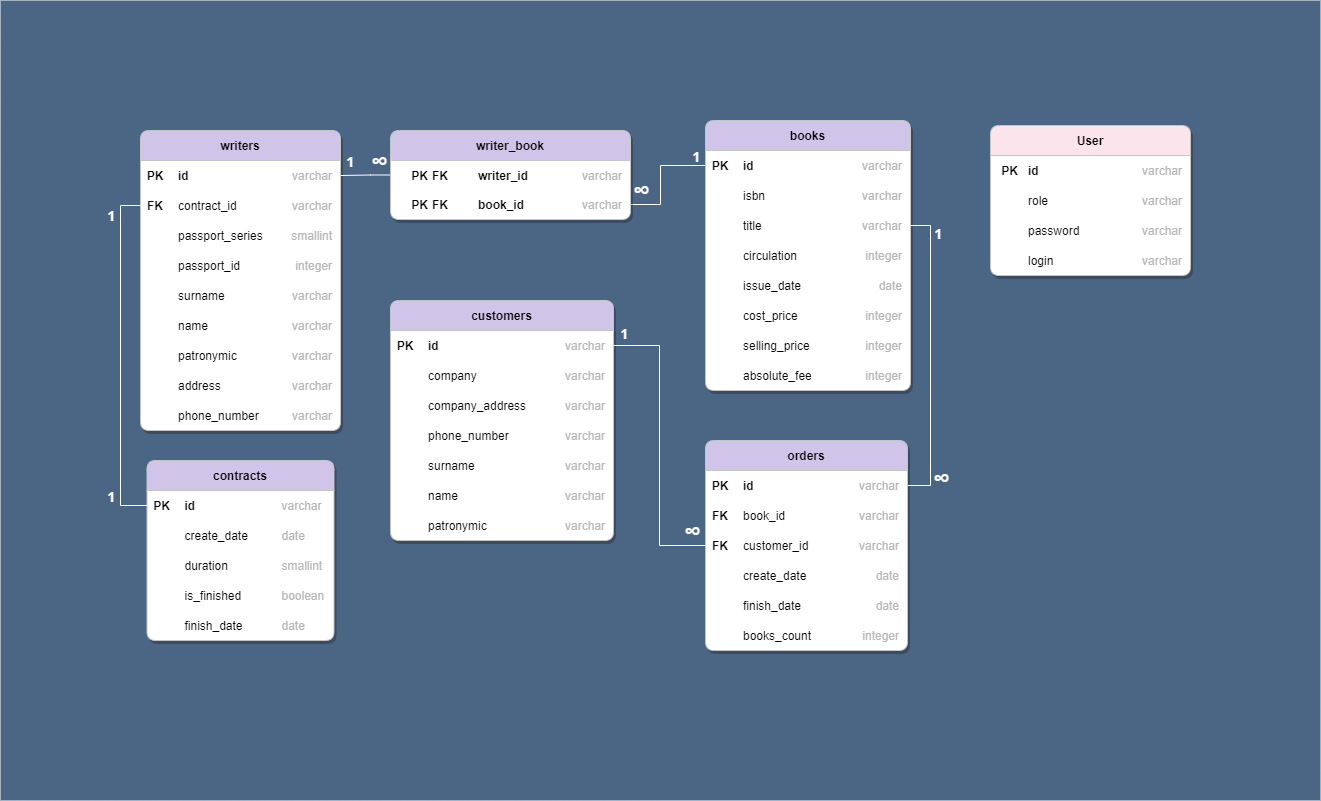
The draw.io diagram database-diagram.png in santygo1/publishing-company, before a commit. Source tidied: cells renumbered, new cells last; positions are measured from the earlier drawing's top-left corner, leaving out a move shared by most shapes.
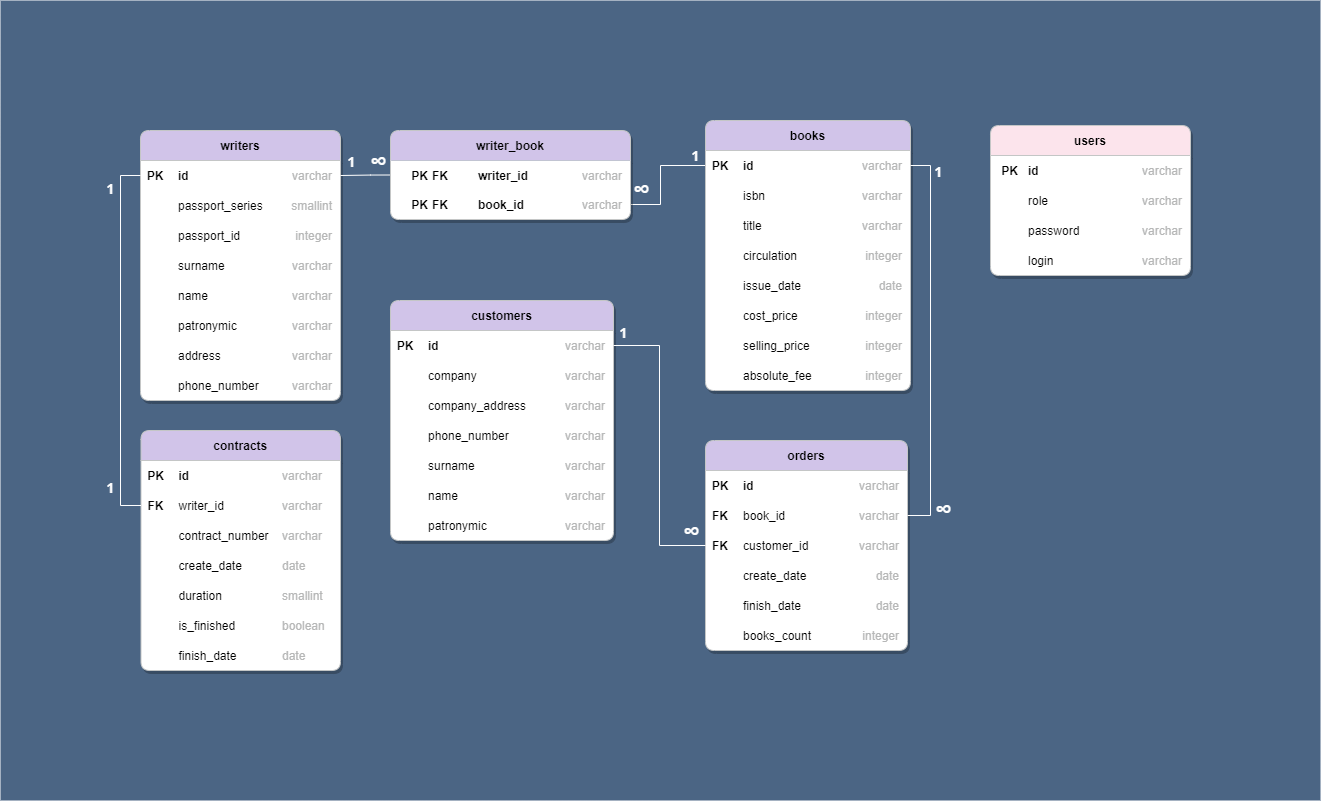
After the commit.

Commit message:
docs(database scheme): correct database scheme

Change to the diagram source:
```diff
@@ -6,7 +6,7 @@
       <mxGeometry width="1320" height="800" as="geometry" />
     </mxCell>
     <mxCell id="3" value="writers" style="shape=table;startSize=30;rowLines=0;fontStyle=1;align=center;fillColor=#D1C4E9;swimlaneFillColor=default;rounded=1;arcSize=10;strokeColor=#c4c6c6;strokeWidth=1;shadow=1;gradientColor=none;columnLines=0;" parent="1" vertex="1">
-      <mxGeometry x="140" y="130" width="200" height="300" as="geometry" />
+      <mxGeometry x="140" y="130" width="200" height="270" as="geometry" />
     </mxCell>
     <mxCell id="4" style="shape=tableRow;horizontal=0;startSize=0;swimlaneHead=0;swimlaneBody=0;fillColor=none;points=[[0,0.5],[1,0.5]];portConstraint=eastwest;top=0;left=0;right=0;bottom=0;" parent="3" vertex="1">
       <mxGeometry y="30" width="200" height="30" as="geometry" />
@@ -20,20 +20,8 @@
     <mxCell id="7" value="varchar" style="shape=partialRectangle;fillColor=none;top=0;left=0;bottom=0;right=0;align=right;spacingLeft=6;fontStyle=0;overflow=hidden;spacingRight=6;fontColor=#B6B7B7;" parent="4" vertex="1">
       <mxGeometry x="130" width="70" height="30" as="geometry" />
     </mxCell>
-    <mxCell id="8" style="shape=tableRow;horizontal=0;startSize=0;swimlaneHead=0;swimlaneBody=0;fillColor=none;points=[[0,0.5],[1,0.5]];portConstraint=eastwest;top=0;left=0;right=0;bottom=0;" parent="3" vertex="1">
-      <mxGeometry y="60" width="200" height="30" as="geometry" />
-    </mxCell>
-    <mxCell id="9" value="FK" style="shape=partialRectangle;fillColor=none;top=0;left=0;bottom=0;right=0;fontStyle=1;overflow=hidden;" parent="8" vertex="1">
-      <mxGeometry width="30" height="30" as="geometry" />
-    </mxCell>
-    <mxCell id="10" value="contract_id" style="shape=partialRectangle;fillColor=none;top=0;left=0;bottom=0;right=0;align=left;spacingLeft=6;fontStyle=0;overflow=hidden;" parent="8" vertex="1">
-      <mxGeometry x="30" width="100" height="30" as="geometry" />
-    </mxCell>
-    <mxCell id="11" value="varchar" style="shape=partialRectangle;fillColor=none;top=0;left=0;bottom=0;right=0;align=right;spacingLeft=6;fontStyle=0;overflow=hidden;spacingRight=6;fontColor=#B6B7B7;" parent="8" vertex="1">
-      <mxGeometry x="130" width="70" height="30" as="geometry" />
-    </mxCell>
     <mxCell id="12" style="shape=tableRow;horizontal=0;startSize=0;swimlaneHead=0;swimlaneBody=0;fillColor=none;top=0;left=0;right=0;bottom=0;" parent="3" vertex="1">
-      <mxGeometry y="90" width="200" height="30" as="geometry" />
+      <mxGeometry y="60" width="200" height="30" as="geometry" />
     </mxCell>
     <mxCell id="13" style="shape=partialRectangle;fillColor=none;top=0;left=0;bottom=0;right=0;overflow=hidden;" parent="12" vertex="1">
       <mxGeometry width="30" height="30" as="geometry" />
@@ -45,7 +33,7 @@
       <mxGeometry x="130" width="70" height="30" as="geometry" />
     </mxCell>
     <mxCell id="16" style="shape=tableRow;horizontal=0;startSize=0;swimlaneHead=0;swimlaneBody=0;fillColor=none;top=0;left=0;right=0;bottom=0;" parent="3" vertex="1">
-      <mxGeometry y="120" width="200" height="30" as="geometry" />
+      <mxGeometry y="90" width="200" height="30" as="geometry" />
     </mxCell>
     <mxCell id="17" style="shape=partialRectangle;fillColor=none;top=0;left=0;bottom=0;right=0;overflow=hidden;" parent="16" vertex="1">
       <mxGeometry width="30" height="30" as="geometry" />
@@ -57,7 +45,7 @@
       <mxGeometry x="130" width="70" height="30" as="geometry" />
     </mxCell>
     <mxCell id="20" style="shape=tableRow;horizontal=0;startSize=0;swimlaneHead=0;swimlaneBody=0;fillColor=none;top=0;left=0;right=0;bottom=0;" parent="3" vertex="1">
-      <mxGeometry y="150" width="200" height="30" as="geometry" />
+      <mxGeometry y="120" width="200" height="30" as="geometry" />
     </mxCell>
     <mxCell id="21" style="shape=partialRectangle;fillColor=none;top=0;left=0;bottom=0;right=0;overflow=hidden;" parent="20" vertex="1">
       <mxGeometry width="30" height="30" as="geometry" />
@@ -69,7 +57,7 @@
       <mxGeometry x="130" width="70" height="30" as="geometry" />
     </mxCell>
     <mxCell id="24" style="shape=tableRow;horizontal=0;startSize=0;swimlaneHead=0;swimlaneBody=0;fillColor=none;top=0;left=0;right=0;bottom=0;" parent="3" vertex="1">
-      <mxGeometry y="180" width="200" height="30" as="geometry" />
+      <mxGeometry y="150" width="200" height="30" as="geometry" />
     </mxCell>
     <mxCell id="25" style="shape=partialRectangle;fillColor=none;top=0;left=0;bottom=0;right=0;overflow=hidden;" parent="24" vertex="1">
       <mxGeometry width="30" height="30" as="geometry" />
@@ -81,7 +69,7 @@
       <mxGeometry x="130" width="70" height="30" as="geometry" />
     </mxCell>
     <mxCell id="28" style="shape=tableRow;horizontal=0;startSize=0;swimlaneHead=0;swimlaneBody=0;fillColor=none;top=0;left=0;right=0;bottom=0;" parent="3" vertex="1">
-      <mxGeometry y="210" width="200" height="30" as="geometry" />
+      <mxGeometry y="180" width="200" height="30" as="geometry" />
     </mxCell>
     <mxCell id="29" style="shape=partialRectangle;fillColor=none;top=0;left=0;bottom=0;right=0;overflow=hidden;" parent="28" vertex="1">
       <mxGeometry width="30" height="30" as="geometry" />
@@ -93,7 +81,7 @@
       <mxGeometry x="130" width="70" height="30" as="geometry" />
     </mxCell>
     <mxCell id="32" style="shape=tableRow;horizontal=0;startSize=0;swimlaneHead=0;swimlaneBody=0;fillColor=none;top=0;left=0;right=0;bottom=0;" parent="3" vertex="1">
-      <mxGeometry y="240" width="200" height="30" as="geometry" />
+      <mxGeometry y="210" width="200" height="30" as="geometry" />
     </mxCell>
     <mxCell id="33" style="shape=partialRectangle;fillColor=none;top=0;left=0;bottom=0;right=0;overflow=hidden;" parent="32" vertex="1">
       <mxGeometry width="30" height="30" as="geometry" />
@@ -105,7 +93,7 @@
       <mxGeometry x="130" width="70" height="30" as="geometry" />
     </mxCell>
     <mxCell id="36" style="shape=tableRow;horizontal=0;startSize=0;swimlaneHead=0;swimlaneBody=0;fillColor=none;top=0;left=0;right=0;bottom=0;" parent="3" vertex="1">
-      <mxGeometry y="270" width="200" height="30" as="geometry" />
+      <mxGeometry y="240" width="200" height="30" as="geometry" />
     </mxCell>
     <mxCell id="37" style="shape=partialRectangle;fillColor=none;top=0;left=0;bottom=0;right=0;overflow=hidden;" parent="36" vertex="1">
       <mxGeometry width="30" height="30" as="geometry" />
@@ -117,67 +105,91 @@
       <mxGeometry x="130" width="70" height="30" as="geometry" />
     </mxCell>
     <mxCell id="40" value="contracts" style="shape=table;startSize=30;rowLines=0;fontStyle=1;align=center;swimlaneFillColor=default;rounded=1;fillColor=#D1C4E9;arcSize=10;strokeColor=#c4c6c6;strokeWidth=1;shadow=1;gradientColor=none;columnLines=0;" parent="1" vertex="1">
-      <mxGeometry x="146.5" y="460" width="187" height="180" as="geometry" />
+      <mxGeometry x="140.5" y="430" width="199.5" height="240" as="geometry" />
     </mxCell>
     <mxCell id="41" style="shape=tableRow;horizontal=0;startSize=0;swimlaneHead=0;swimlaneBody=0;fillColor=none;points=[[0,0.5],[1,0.5]];portConstraint=eastwest;top=0;left=0;right=0;bottom=0;" parent="40" vertex="1">
-      <mxGeometry y="30" width="187" height="30" as="geometry" />
+      <mxGeometry y="30" width="199.5" height="30" as="geometry" />
     </mxCell>
     <mxCell id="42" value="PK" style="shape=partialRectangle;fillColor=none;top=0;left=0;bottom=0;right=0;fontStyle=1;overflow=hidden;" parent="41" vertex="1">
       <mxGeometry width="30" height="30" as="geometry" />
     </mxCell>
     <mxCell id="43" value="id" style="shape=partialRectangle;fillColor=none;top=0;left=0;bottom=0;right=0;align=left;spacingLeft=6;fontStyle=1;overflow=hidden;" parent="41" vertex="1">
-      <mxGeometry x="30" width="97" height="30" as="geometry" />
+      <mxGeometry x="30" width="103.5" height="30" as="geometry" />
     </mxCell>
     <mxCell id="44" value="varchar" style="shape=partialRectangle;fillColor=none;top=0;left=0;bottom=0;right=0;align=left;spacingLeft=6;fontStyle=0;overflow=hidden;strokeColor=#B6B7B7;fontColor=#B6B7B7;" parent="41" vertex="1">
-      <mxGeometry x="127" width="60" height="30" as="geometry" />
+      <mxGeometry x="133.5" width="66" height="30" as="geometry" />
     </mxCell>
+    <mxCell id="192" style="shape=tableRow;horizontal=0;startSize=0;swimlaneHead=0;swimlaneBody=0;fillColor=none;points=[[0,0.5],[1,0.5]];portConstraint=eastwest;top=0;left=0;right=0;bottom=0;" parent="40" vertex="1">
+      <mxGeometry y="60" width="199.5" height="30" as="geometry" />
+    </mxCell>
+    <mxCell id="9" value="FK" style="shape=partialRectangle;fillColor=none;top=0;left=0;bottom=0;right=0;overflow=hidden;fontStyle=1;" parent="192" vertex="1">
+      <mxGeometry width="30" height="30" as="geometry" />
+    </mxCell>
+    <mxCell id="193" value="writer_id" style="shape=partialRectangle;fillColor=none;top=0;left=0;bottom=0;right=0;align=left;spacingLeft=6;overflow=hidden;" parent="192" vertex="1">
+      <mxGeometry x="30" width="103.5" height="30" as="geometry" />
+    </mxCell>
+    <mxCell id="194" value="varchar" style="shape=partialRectangle;fillColor=none;top=0;left=0;bottom=0;right=0;align=left;spacingLeft=6;overflow=hidden;strokeColor=#B6B7B7;fontColor=#B6B7B7;" parent="192" vertex="1">
+      <mxGeometry x="133.5" width="66" height="30" as="geometry" />
+    </mxCell>
+    <mxCell id="195" style="shape=tableRow;horizontal=0;startSize=0;swimlaneHead=0;swimlaneBody=0;fillColor=none;top=0;left=0;right=0;bottom=0;" parent="40" vertex="1">
+      <mxGeometry y="90" width="199.5" height="30" as="geometry" />
+    </mxCell>
+    <mxCell id="196" style="shape=partialRectangle;fillColor=none;top=0;left=0;bottom=0;right=0;overflow=hidden;fontStyle=1;" parent="195" vertex="1">
+      <mxGeometry width="30" height="30" as="geometry" />
+    </mxCell>
+    <mxCell id="197" value="contract_number" style="shape=partialRectangle;fillColor=none;top=0;left=0;bottom=0;right=0;align=left;spacingLeft=6;overflow=hidden;" parent="195" vertex="1">
+      <mxGeometry x="30" width="103.5" height="30" as="geometry" />
+    </mxCell>
+    <mxCell id="198" value="varchar" style="shape=partialRectangle;fillColor=none;top=0;left=0;bottom=0;right=0;align=left;spacingLeft=6;overflow=hidden;strokeColor=#B6B7B7;fontColor=#B6B7B7;" parent="195" vertex="1">
+      <mxGeometry x="133.5" width="66" height="30" as="geometry" />
+    </mxCell>
     <mxCell id="45" style="shape=tableRow;horizontal=0;startSize=0;swimlaneHead=0;swimlaneBody=0;fillColor=none;top=0;left=0;right=0;bottom=0;" parent="40" vertex="1">
-      <mxGeometry y="60" width="187" height="30" as="geometry" />
+      <mxGeometry y="120" width="199.5" height="30" as="geometry" />
     </mxCell>
     <mxCell id="46" style="shape=partialRectangle;fillColor=none;top=0;left=0;bottom=0;right=0;overflow=hidden;" parent="45" vertex="1">
       <mxGeometry width="30" height="30" as="geometry" />
     </mxCell>
     <mxCell id="47" value="create_date" style="shape=partialRectangle;fillColor=none;top=0;left=0;bottom=0;right=0;align=left;spacingLeft=6;overflow=hidden;" parent="45" vertex="1">
-      <mxGeometry x="30" width="97" height="30" as="geometry" />
+      <mxGeometry x="30" width="103.5" height="30" as="geometry" />
     </mxCell>
     <mxCell id="48" value="date" style="shape=partialRectangle;fillColor=none;top=0;left=0;bottom=0;right=0;align=left;spacingLeft=6;overflow=hidden;strokeColor=#B6B7B7;fontColor=#B6B7B7;" parent="45" vertex="1">
-      <mxGeometry x="127" width="60" height="30" as="geometry" />
+      <mxGeometry x="133.5" width="66" height="30" as="geometry" />
     </mxCell>
     <mxCell id="49" style="shape=tableRow;horizontal=0;startSize=0;swimlaneHead=0;swimlaneBody=0;fillColor=none;top=0;left=0;right=0;bottom=0;" parent="40" vertex="1">
-      <mxGeometry y="90" width="187" height="30" as="geometry" />
+      <mxGeometry y="150" width="199.5" height="30" as="geometry" />
     </mxCell>
     <mxCell id="50" style="shape=partialRectangle;fillColor=none;top=0;left=0;bottom=0;right=0;overflow=hidden;" parent="49" vertex="1">
       <mxGeometry width="30" height="30" as="geometry" />
     </mxCell>
     <mxCell id="51" value="duration" style="shape=partialRectangle;fillColor=none;top=0;left=0;bottom=0;right=0;align=left;spacingLeft=6;overflow=hidden;" parent="49" vertex="1">
-      <mxGeometry x="30" width="97" height="30" as="geometry" />
+      <mxGeometry x="30" width="103.5" height="30" as="geometry" />
     </mxCell>
     <mxCell id="52" value="smallint" style="shape=partialRectangle;fillColor=none;top=0;left=0;bottom=0;right=0;align=left;spacingLeft=6;overflow=hidden;strokeColor=#B6B7B7;fontColor=#B6B7B7;" parent="49" vertex="1">
-      <mxGeometry x="127" width="60" height="30" as="geometry" />
+      <mxGeometry x="133.5" width="66" height="30" as="geometry" />
     </mxCell>
     <mxCell id="53" style="shape=tableRow;horizontal=0;startSize=0;swimlaneHead=0;swimlaneBody=0;fillColor=none;points=[[0,0.5],[1,0.5]];portConstraint=eastwest;top=0;left=0;right=0;bottom=0;" parent="40" vertex="1">
-      <mxGeometry y="120" width="187" height="30" as="geometry" />
+      <mxGeometry y="180" width="199.5" height="30" as="geometry" />
     </mxCell>
     <mxCell id="54" style="shape=partialRectangle;fillColor=none;top=0;left=0;bottom=0;right=0;overflow=hidden;" parent="53" vertex="1">
       <mxGeometry width="30" height="30" as="geometry" />
     </mxCell>
     <mxCell id="55" value="is_finished" style="shape=partialRectangle;fillColor=none;top=0;left=0;bottom=0;right=0;align=left;spacingLeft=6;overflow=hidden;" parent="53" vertex="1">
-      <mxGeometry x="30" width="97" height="30" as="geometry" />
+      <mxGeometry x="30" width="103.5" height="30" as="geometry" />
     </mxCell>
     <mxCell id="56" value="boolean" style="shape=partialRectangle;fillColor=none;top=0;left=0;bottom=0;right=0;align=left;spacingLeft=6;overflow=hidden;strokeColor=#B6B7B7;fontColor=#B6B7B7;" parent="53" vertex="1">
-      <mxGeometry x="127" width="60" height="30" as="geometry" />
+      <mxGeometry x="133.5" width="66" height="30" as="geometry" />
     </mxCell>
     <mxCell id="57" style="shape=tableRow;horizontal=0;startSize=0;swimlaneHead=0;swimlaneBody=0;fillColor=none;top=0;left=0;right=0;bottom=0;" parent="40" vertex="1">
-      <mxGeometry y="150" width="187" height="30" as="geometry" />
+      <mxGeometry y="210" width="199.5" height="30" as="geometry" />
     </mxCell>
     <mxCell id="58" style="shape=partialRectangle;fillColor=none;top=0;left=0;bottom=0;right=0;overflow=hidden;" parent="57" vertex="1">
       <mxGeometry width="30" height="30" as="geometry" />
     </mxCell>
     <mxCell id="59" value="finish_date" style="shape=partialRectangle;fillColor=none;top=0;left=0;bottom=0;right=0;align=left;spacingLeft=6;overflow=hidden;" parent="57" vertex="1">
-      <mxGeometry x="30" width="97" height="30" as="geometry" />
+      <mxGeometry x="30" width="103.5" height="30" as="geometry" />
     </mxCell>
     <mxCell id="60" value="date" style="shape=partialRectangle;fillColor=none;top=0;left=0;bottom=0;right=0;align=left;spacingLeft=6;overflow=hidden;strokeColor=#B6B7B7;fontColor=#B6B7B7;" parent="57" vertex="1">
-      <mxGeometry x="127" width="60" height="30" as="geometry" />
+      <mxGeometry x="133.5" width="66" height="30" as="geometry" />
     </mxCell>
     <mxCell id="61" style="edgeStyle=orthogonalEdgeStyle;rounded=0;orthogonalLoop=1;jettySize=auto;html=1;exitX=1;exitY=0.5;exitDx=0;exitDy=0;" parent="40" edge="1" source="53" target="53">
       <mxGeometry relative="1" as="geometry" />
@@ -511,7 +523,7 @@
     <mxCell id="165" value="varchar" style="shape=partialRectangle;fillColor=none;top=0;left=0;bottom=0;right=0;align=right;spacingLeft=6;fontStyle=0;overflow=hidden;strokeColor=inherit;spacingRight=6;fontColor=#b6b7b7;" parent="161" vertex="1">
       <mxGeometry x="160" width="80" height="30" as="geometry" />
     </mxCell>
-    <mxCell id="166" style="edgeStyle=orthogonalEdgeStyle;rounded=0;jettySize=auto;html=1;entryX=0;entryY=0.5;entryDx=0;entryDy=0;startArrow=none;startFill=0;endArrow=none;endFill=0;strokeColor=#FFFFFF;exitX=0;exitY=0.5;exitDx=0;exitDy=0;labelBackgroundColor=default;fontColor=#FFFFFF;" parent="1" edge="1" source="8" target="41">
+    <mxCell id="166" style="edgeStyle=orthogonalEdgeStyle;rounded=0;jettySize=auto;html=1;entryX=0;entryY=0.5;entryDx=0;entryDy=0;startArrow=none;startFill=0;endArrow=none;endFill=0;strokeColor=#FFFFFF;exitX=0;exitY=0.5;exitDx=0;exitDy=0;labelBackgroundColor=default;fontColor=#FFFFFF;" parent="1" edge="1" source="4" target="192">
       <mxGeometry relative="1" as="geometry" />
     </mxCell>
     <mxCell id="167" value="1" style="edgeLabel;html=1;align=center;verticalAlign=middle;labelBackgroundColor=none;fontColor=#FFFFFF;fontSize=14;fontStyle=1;" parent="166" vertex="1">
@@ -524,17 +536,17 @@
         <mxPoint x="-9" y="-19" as="offset" />
       </mxGeometry>
     </mxCell>
-    <mxCell id="169" style="edgeStyle=orthogonalEdgeStyle;rounded=0;jettySize=auto;html=1;exitX=1;exitY=0.5;exitDx=0;exitDy=0;entryX=1;entryY=0.5;entryDx=0;entryDy=0;startArrow=none;startFill=0;endArrow=none;endFill=0;strokeColor=#FFFFFF;labelBackgroundColor=default;fontColor=#FFFFFF;" parent="1" edge="1" source="128" target="74">
+    <mxCell id="169" style="edgeStyle=orthogonalEdgeStyle;rounded=0;jettySize=auto;html=1;exitX=1;exitY=0.5;exitDx=0;exitDy=0;entryX=1;entryY=0.5;entryDx=0;entryDy=0;startArrow=none;startFill=0;endArrow=none;endFill=0;strokeColor=#FFFFFF;labelBackgroundColor=default;fontColor=#FFFFFF;" parent="1" edge="1" source="132" target="66">
       <mxGeometry relative="1" as="geometry" />
     </mxCell>
     <mxCell id="170" value="1" style="edgeLabel;html=1;align=center;verticalAlign=middle;labelBackgroundColor=none;fontColor=#FFFFFF;fontSize=14;fontStyle=1;" parent="169" vertex="1">
       <mxGeometry x="0.69" relative="1" as="geometry">
-        <mxPoint x="7" y="-18" as="offset" />
+        <mxPoint x="8" y="-34" as="offset" />
       </mxGeometry>
     </mxCell>
     <mxCell id="171" value="&lt;font style=&quot;font-size: 24px;&quot;&gt;∞&lt;/font&gt;" style="edgeLabel;html=1;align=center;verticalAlign=middle;fontColor=#FFFFFF;labelBackgroundColor=none;fontSize=24;fontStyle=1;" parent="169" vertex="1">
       <mxGeometry x="-0.75" y="-3" relative="1" as="geometry">
-        <mxPoint x="7" y="8" as="offset" />
+        <mxPoint x="10" y="21" as="offset" />
       </mxGeometry>
     </mxCell>
     <mxCell id="172" style="edgeStyle=orthogonalEdgeStyle;rounded=0;jettySize=auto;html=1;entryX=0;entryY=0.5;entryDx=0;entryDy=0;startArrow=none;startFill=0;endArrow=none;endFill=0;strokeColor=#FFFFFF;exitX=1;exitY=0.5;exitDx=0;exitDy=0;labelBackgroundColor=default;fontColor=#FFFFFF;" parent="1" edge="1" source="99" target="136">
@@ -550,7 +562,7 @@
         <mxPoint x="32" y="-13" as="offset" />
       </mxGeometry>
     </mxCell>
-    <mxCell id="175" value="User" style="shape=table;startSize=30;rowLines=0;fontStyle=1;align=center;labelBackgroundColor=none;labelBorderColor=none;fillStyle=auto;strokeWidth=1;fillColor=#FCE4EC;gradientColor=none;swimlaneFillColor=default;rounded=1;arcSize=10;strokeColor=#c4c6c6;shadow=1;columnLines=0;" parent="1" vertex="1">
+    <mxCell id="175" value="users" style="shape=table;startSize=30;rowLines=0;fontStyle=1;align=center;labelBackgroundColor=none;labelBorderColor=none;fillStyle=auto;strokeWidth=1;fillColor=#FCE4EC;gradientColor=none;swimlaneFillColor=default;rounded=1;arcSize=10;strokeColor=#c4c6c6;shadow=1;columnLines=0;" parent="1" vertex="1">
       <mxGeometry x="990" y="125" width="200" height="150" as="geometry" />
     </mxCell>
     <mxCell id="176" style="shape=tableRow;horizontal=0;startSize=0;swimlaneHead=0;swimlaneBody=0;fillColor=none;top=0;left=0;right=0;bottom=0;labelBackgroundColor=none;labelBorderColor=none;fillStyle=auto;strokeWidth=1;swimlaneLine=0;strokeColor=inherit;" parent="175" vertex="1">
```
